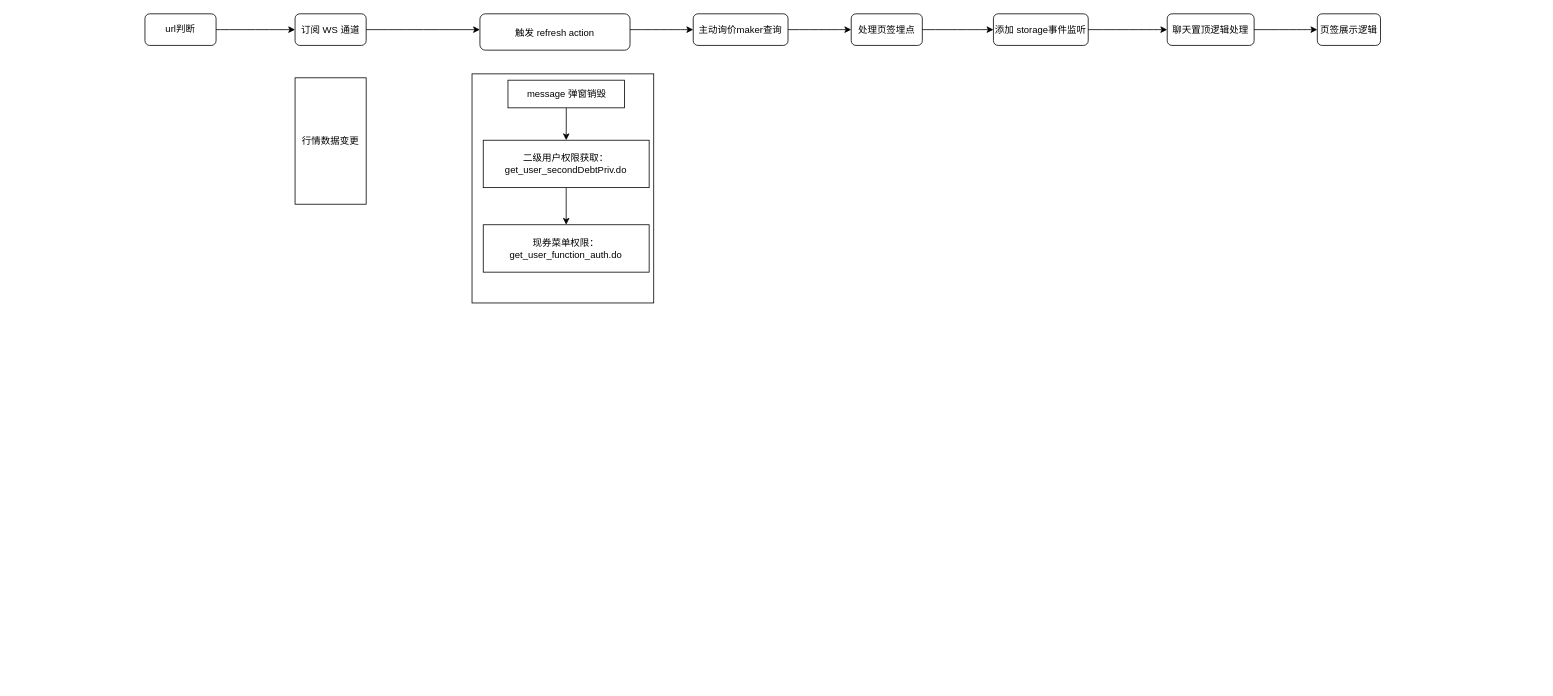
Before: page "页面加载流程图" (2 of 2) of 未命名绘图.drawio in tanqq1/diagrams-images, a draw.io diagram. Source tidied: cells renumbered, new cells numbered last; positions are measured from the earlier drawing's top-left corner, leaving out a move shared by most shapes. Both pictures are drawn from the tidied source at 79%, with x=0, y=0 at pixel (145, 13).
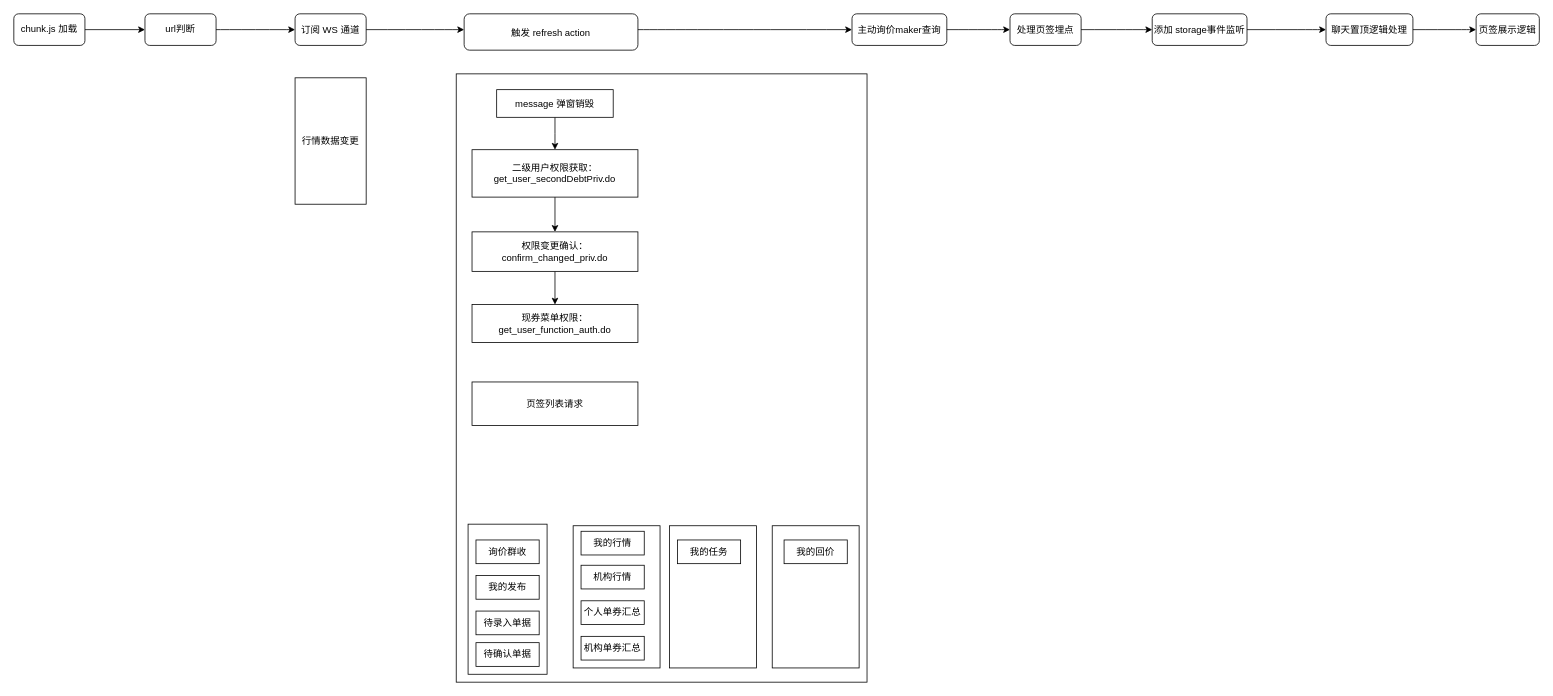
The same diagram, later.

Commit message:
更新未命名绘图.drawio

Unchanged cells that the change refers to:
```xml
<mxCell id="16" value="url判断" style="rounded=1;whiteSpace=wrap;html=1;" parent="1" vertex="1">
  <mxGeometry width="90" height="40" as="geometry" />
</mxCell>
```

What changed in the source:
```diff
@@
     <mxCell id="4" value="触发 refresh action" style="rounded=1;" parent="1" vertex="1">
-      <mxGeometry x="424" width="190" height="46" as="geometry" />
+      <mxGeometry x="404" width="220" height="46" as="geometry" />
     </mxCell>
@@
     <mxCell id="6" value="主动询价maker查询" style="rounded=1;" parent="1" vertex="1">
-      <mxGeometry x="694" width="120" height="40" as="geometry" />
+      <mxGeometry x="895" width="120" height="40" as="geometry" />
     </mxCell>
@@
     <mxCell id="8" value="处理页签埋点" style="rounded=1;" parent="1" vertex="1">
-      <mxGeometry x="894" width="90" height="40" as="geometry" />
+      <mxGeometry x="1095" width="90" height="40" as="geometry" />
     </mxCell>
     <mxCell id="9" style="curved=1;noEdgeStyle=1;orthogonal=1;" parent="1" edge="1" source="6" target="8">
       <mxGeometry relative="1" as="geometry">
         <Array as="points">
-          <mxPoint x="874" y="20" />
+          <mxPoint x="1075" y="20" />
         </Array>
       </mxGeometry>
     </mxCell>
     <mxCell id="10" value="添加 storage事件监听" style="rounded=1;" parent="1" vertex="1">
-      <mxGeometry x="1074" width="120" height="40" as="geometry" />
+      <mxGeometry x="1275" width="120" height="40" as="geometry" />
     </mxCell>
     <mxCell id="11" style="curved=1;noEdgeStyle=1;orthogonal=1;" parent="1" edge="1" source="8" target="10">
       <mxGeometry relative="1" as="geometry">
         <Array as="points">
-          <mxPoint x="1054" y="20" />
+          <mxPoint x="1255" y="20" />
         </Array>
       </mxGeometry>
     </mxCell>
     <mxCell id="12" value="聊天置顶逻辑处理" style="rounded=1;" parent="1" vertex="1">
-      <mxGeometry x="1294" width="110" height="40" as="geometry" />
+      <mxGeometry x="1495" width="110" height="40" as="geometry" />
     </mxCell>
     <mxCell id="13" style="curved=1;noEdgeStyle=1;orthogonal=1;" parent="1" edge="1" source="10" target="12">
       <mxGeometry relative="1" as="geometry">
         <Array as="points">
-          <mxPoint x="1194" y="20" />
-          <mxPoint x="1274" y="20" />
+          <mxPoint x="1395" y="20" />
+          <mxPoint x="1475" y="20" />
         </Array>
       </mxGeometry>
     </mxCell>
     <mxCell id="14" value="页签展示逻辑" style="rounded=1;" parent="1" vertex="1">
-      <mxGeometry x="1484" width="80" height="40" as="geometry" />
+      <mxGeometry x="1685" width="80" height="40" as="geometry" />
     </mxCell>
     <mxCell id="15" style="curved=1;noEdgeStyle=1;orthogonal=1;" parent="1" edge="1" source="12" target="14">
       <mxGeometry relative="1" as="geometry">
         <Array as="points">
-          <mxPoint x="1474" y="20" />
+          <mxPoint x="1675" y="20" />
         </Array>
       </mxGeometry>
     </mxCell>
@@
     <mxCell id="18" style="rounded=0;whiteSpace=wrap;html=1;" parent="1" vertex="1">
-      <mxGeometry x="414" y="76" width="230" height="290" as="geometry" />
+      <mxGeometry x="394" y="76" width="520" height="770" as="geometry" />
     </mxCell>
@@
     <mxCell id="20" value="message 弹窗销毁" style="rounded=0;whiteSpace=wrap;html=1;" parent="1" vertex="1">
-      <mxGeometry x="459.5" y="84" width="147.5" height="35" as="geometry" />
+      <mxGeometry x="445.2" y="96" width="147.5" height="35" as="geometry" />
     </mxCell>
-    <mxCell id="21" style="edgeStyle=orthogonalEdgeStyle;rounded=0;jettySize=auto;html=1;" parent="1" edge="1" source="22" target="23">
-      <mxGeometry relative="1" as="geometry" />
-    </mxCell>
+    <mxCell id="24" style="edgeStyle=orthogonalEdgeStyle;rounded=0;jettySize=auto;html=1;" parent="1" edge="1" source="22" target="26">
+      <mxGeometry relative="1" as="geometry" />
+    </mxCell>
     <mxCell id="22" value="二级用户权限获取：get_user_secondDebtPriv.do" style="rounded=0;whiteSpace=wrap;html=1;" parent="1" vertex="1">
-      <mxGeometry x="428.2" y="160" width="210" height="60" as="geometry" />
+      <mxGeometry x="414" y="172" width="210" height="60" as="geometry" />
     </mxCell>
     <mxCell id="23" value="现券菜单权限：get_user_function_auth.do" style="rounded=0;whiteSpace=wrap;html=1;" parent="1" vertex="1">
-      <mxGeometry x="428.2" y="267" width="210" height="60" as="geometry" />
+      <mxGeometry x="414" y="368" width="210" height="48" as="geometry" />
     </mxCell>
+    <mxCell id="25" style="edgeStyle=orthogonalEdgeStyle;rounded=0;jettySize=auto;html=1;" parent="1" edge="1" source="26" target="23">
+      <mxGeometry relative="1" as="geometry" />
+    </mxCell>
+    <mxCell id="26" value="权限变更确认：confirm_changed_priv.do" style="rounded=0;whiteSpace=wrap;html=1;" parent="1" vertex="1">
+      <mxGeometry x="414" y="276" width="210" height="50" as="geometry" />
+    </mxCell>
+    <mxCell id="27" style="rounded=0;whiteSpace=wrap;html=1;" parent="1" vertex="1">
+      <mxGeometry x="409" y="646" width="100" height="190" as="geometry" />
+    </mxCell>
+    <mxCell id="28" style="rounded=0;whiteSpace=wrap;html=1;" parent="1" vertex="1">
+      <mxGeometry x="542" y="648" width="110" height="180" as="geometry" />
+    </mxCell>
+    <mxCell id="29" value="页签列表请求" style="rounded=0;whiteSpace=wrap;html=1;" parent="1" vertex="1">
+      <mxGeometry x="414" y="466" width="210" height="55" as="geometry" />
+    </mxCell>
+    <mxCell id="30" value="询价群收" style="rounded=0;whiteSpace=wrap;html=1;" parent="1" vertex="1">
+      <mxGeometry x="419" y="666" width="80" height="30" as="geometry" />
+    </mxCell>
+    <mxCell id="31" value="我的发布" style="rounded=0;whiteSpace=wrap;html=1;" parent="1" vertex="1">
+      <mxGeometry x="419" y="711" width="80" height="30" as="geometry" />
+    </mxCell>
+    <mxCell id="32" value="待录入单据" style="rounded=0;whiteSpace=wrap;html=1;" parent="1" vertex="1">
+      <mxGeometry x="419" y="756" width="80" height="30" as="geometry" />
+    </mxCell>
+    <mxCell id="33" value="待确认单据" style="rounded=0;whiteSpace=wrap;html=1;" parent="1" vertex="1">
+      <mxGeometry x="419" y="796" width="80" height="30" as="geometry" />
+    </mxCell>
+    <mxCell id="34" value="我的行情" style="rounded=0;whiteSpace=wrap;html=1;" parent="1" vertex="1">
+      <mxGeometry x="552" y="655" width="80" height="30" as="geometry" />
+    </mxCell>
+    <mxCell id="35" value="机构行情" style="rounded=0;whiteSpace=wrap;html=1;" parent="1" vertex="1">
+      <mxGeometry x="552" y="698" width="80" height="30" as="geometry" />
+    </mxCell>
+    <mxCell id="36" value="个人单券汇总" style="rounded=0;whiteSpace=wrap;html=1;" parent="1" vertex="1">
+      <mxGeometry x="552" y="743" width="80" height="30" as="geometry" />
+    </mxCell>
+    <mxCell id="37" value="机构单券汇总" style="rounded=0;whiteSpace=wrap;html=1;" parent="1" vertex="1">
+      <mxGeometry x="552" y="788" width="80" height="30" as="geometry" />
+    </mxCell>
+    <mxCell id="38" style="rounded=0;whiteSpace=wrap;html=1;" parent="1" vertex="1">
+      <mxGeometry x="664" y="648" width="110" height="180" as="geometry" />
+    </mxCell>
+    <mxCell id="39" style="rounded=0;whiteSpace=wrap;html=1;" parent="1" vertex="1">
+      <mxGeometry x="794" y="648" width="110" height="180" as="geometry" />
+    </mxCell>
+    <mxCell id="40" value="我的任务" style="rounded=0;whiteSpace=wrap;html=1;" parent="1" vertex="1">
+      <mxGeometry x="674" y="666" width="80" height="30" as="geometry" />
+    </mxCell>
+    <mxCell id="41" value="我的回价" style="rounded=0;whiteSpace=wrap;html=1;" parent="1" vertex="1">
+      <mxGeometry x="809" y="666" width="80" height="30" as="geometry" />
+    </mxCell>
+    <mxCell id="42" style="edgeStyle=orthogonalEdgeStyle;rounded=0;jettySize=auto;html=1;" parent="1" edge="1" source="43" target="16">
+      <mxGeometry relative="1" as="geometry" />
+    </mxCell>
+    <mxCell id="43" value="chunk.js 加载" style="rounded=1;whiteSpace=wrap;html=1;" parent="1" vertex="1">
+      <mxGeometry x="-166" width="90" height="40" as="geometry" />
+    </mxCell>
```
